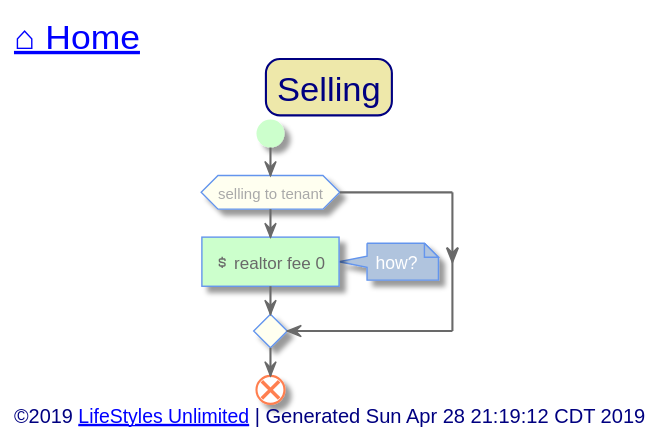
The PlantUML diagram out/src/single-family/selling.svg in toddmo/lifestylesunlimited, before a commit.
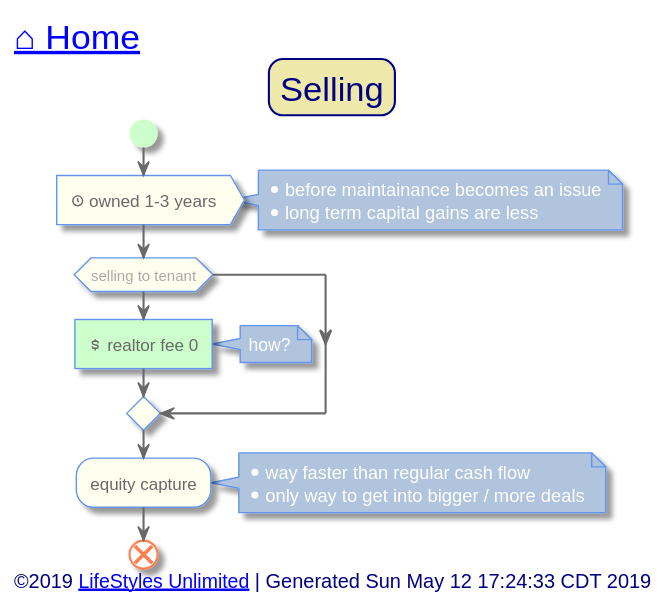
The same file after the commit.

Change to the diagram source:
```diff
@@ -82,20 +82,27 @@
 	Title Selling
 
 	start
-
+	:<&clock> owned 1-3 years>
+	note right
+		* before maintainance becomes an issue
+		* long term capital gains are less
+	end note
 	if(selling to tenant)
 		#PHYSICAL:<&dollar> realtor fee 0]
 		note right: how?
 	else
 	endif
-
-
+	:equity capture;
+	note right
+		* way faster than regular cash flow
+		* only way to get into bigger / more deals
+	end note
 
 	end
 
 
 left footer
-	<font size=14>©2019 [[http://www.lifestylesunlimited.com LifeStyles Unlimited]] | Generated Sun Apr 28 21:19:12 CDT 2019</font>
+	<font size=14>©2019 [[http://www.lifestylesunlimited.com LifeStyles Unlimited]] | Generated Sun May 12 17:24:33 CDT 2019</font>
 endfooter
 
 
```
